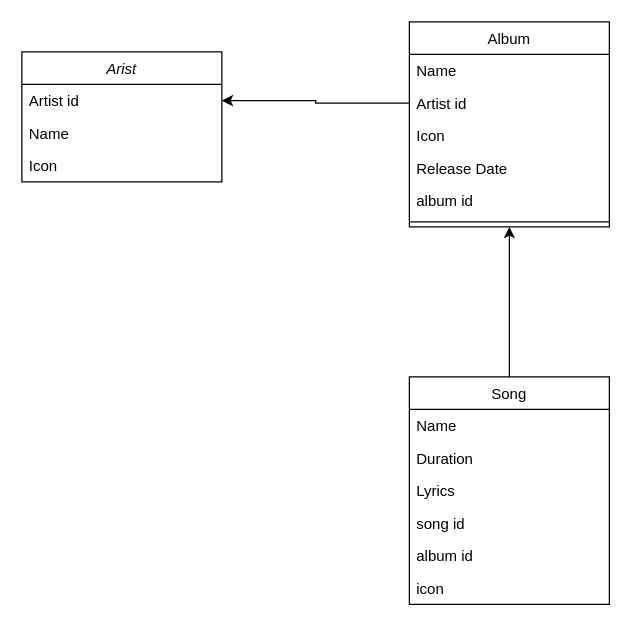
The draw.io diagram Documentation/class_diagram.drawio in LyonBerends/web-basics, before the edit. Source tidied: cells renumbered, new cells numbered last; positions are measured from the earlier drawing's top-left corner, leaving out a move shared by most shapes. Both pictures are drawn from the tidied source at 125%, with x=0, y=0 at pixel (21, 21).
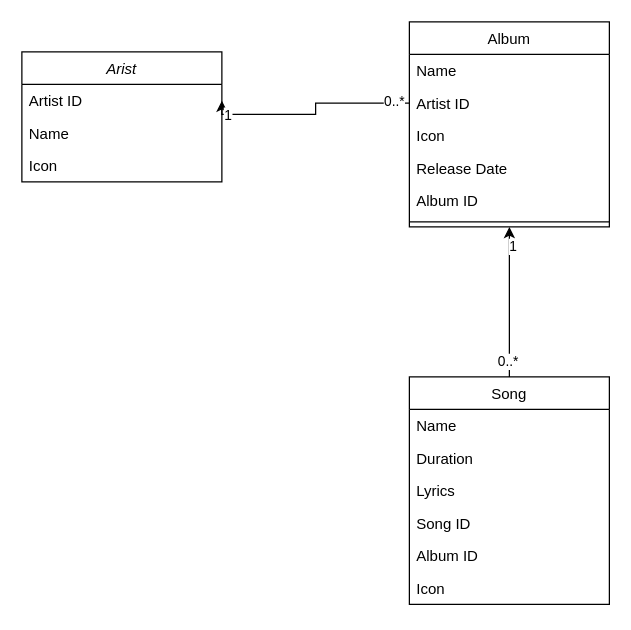
The same diagram, later.

The change refers to these unchanged cells:
```xml
<mxCell id="2" value="Arist" style="swimlane;fontStyle=2;align=center;verticalAlign=top;horizontal=1;startSize=26;rounded=0;shadow=0;strokeWidth=1;" parent="1" vertex="1">
  <mxGeometry y="24" width="160" height="104" as="geometry" />
</mxCell>
<mxCell id="6" style="edgeStyle=orthogonalEdgeStyle;rounded=0;jettySize=auto;html=1;entryX=0.5;entryY=1;entryDx=0;entryDy=0;" parent="1" edge="1" source="7" target="15">
  <mxGeometry relative="1" as="geometry" />
</mxCell>
<mxCell id="7" value="Song" style="swimlane;fontStyle=0;align=center;verticalAlign=top;horizontal=1;startSize=26;rounded=0;shadow=0;strokeWidth=1;" parent="1" vertex="1">
  <mxGeometry x="310" y="284" width="160" height="182" as="geometry" />
</mxCell>
<mxCell id="15" value="Album" style="swimlane;fontStyle=0;align=center;verticalAlign=top;horizontal=1;startSize=26;rounded=0;shadow=0;strokeWidth=1;" parent="1" vertex="1">
  <mxGeometry x="310" width="160" height="164" as="geometry" />
</mxCell>
```

The edit, as a diff of the source:
```diff
@@
-    <mxCell id="3" value="Artist id&#10;" style="text;align=left;verticalAlign=top;spacingLeft=4;spacingRight=4;overflow=hidden;points=[[0,0.5],[1,0.5]];portConstraint=eastwest;" parent="2" vertex="1">
+    <mxCell id="3" value="Artist ID" style="text;align=left;verticalAlign=top;spacingLeft=4;spacingRight=4;overflow=hidden;points=[[0,0.5],[1,0.5]];portConstraint=eastwest;" parent="2" vertex="1">
       <mxGeometry y="26" width="160" height="26" as="geometry" />
     </mxCell>
@@
+    <mxCell id="22" value="1" style="edgeLabel;html=1;align=center;verticalAlign=middle;" parent="6" vertex="1">
+      <mxGeometry x="0.75" y="-2" relative="1" as="geometry" />
+    </mxCell>
+    <mxCell id="23" value="0..*" style="edgeLabel;html=1;align=center;verticalAlign=middle;" parent="6" vertex="1">
+      <mxGeometry x="-0.78" y="2" relative="1" as="geometry" />
+    </mxCell>
@@
-    <mxCell id="11" value="song id" style="text;align=left;verticalAlign=top;spacingLeft=4;spacingRight=4;overflow=hidden;rounded=0;shadow=0;html=0;" parent="7" vertex="1">
+    <mxCell id="11" value="Song ID" style="text;align=left;verticalAlign=top;spacingLeft=4;spacingRight=4;overflow=hidden;rounded=0;shadow=0;html=0;" parent="7" vertex="1">
       <mxGeometry y="104" width="160" height="26" as="geometry" />
     </mxCell>
-    <mxCell id="12" value="album id" style="text;align=left;verticalAlign=top;spacingLeft=4;spacingRight=4;overflow=hidden;rounded=0;shadow=0;html=0;" parent="7" vertex="1">
+    <mxCell id="12" value="Album ID" style="text;align=left;verticalAlign=top;spacingLeft=4;spacingRight=4;overflow=hidden;rounded=0;shadow=0;html=0;" parent="7" vertex="1">
       <mxGeometry y="130" width="160" height="26" as="geometry" />
     </mxCell>
-    <mxCell id="13" value="icon" style="text;align=left;verticalAlign=top;spacingLeft=4;spacingRight=4;overflow=hidden;rounded=0;shadow=0;html=0;" parent="7" vertex="1">
+    <mxCell id="13" value="Icon" style="text;align=left;verticalAlign=top;spacingLeft=4;spacingRight=4;overflow=hidden;rounded=0;shadow=0;html=0;" parent="7" vertex="1">
       <mxGeometry y="156" width="160" height="26" as="geometry" />
     </mxCell>
     <mxCell id="14" style="edgeStyle=orthogonalEdgeStyle;rounded=0;jettySize=auto;html=1;entryX=1;entryY=0.5;entryDx=0;entryDy=0;exitX=0;exitY=0.5;exitDx=0;exitDy=0;" parent="1" edge="1" source="17" target="3">
-      <mxGeometry relative="1" as="geometry" />
+      <mxGeometry relative="1" as="geometry">
+        <Array as="points">
+          <mxPoint x="235" y="65" />
+          <mxPoint x="235" y="74" />
+          <mxPoint x="160" y="74" />
+        </Array>
+      </mxGeometry>
     </mxCell>
+    <mxCell id="24" value="0..*" style="edgeLabel;html=1;align=center;verticalAlign=middle;" parent="14" vertex="1">
+      <mxGeometry x="-0.85" y="-2" relative="1" as="geometry" />
+    </mxCell>
+    <mxCell id="25" value="1" style="edgeLabel;html=1;align=center;verticalAlign=middle;" parent="14" vertex="1">
+      <mxGeometry x="0.82" relative="1" as="geometry" />
+    </mxCell>
@@
-    <mxCell id="17" value="Artist id" style="text;align=left;verticalAlign=top;spacingLeft=4;spacingRight=4;overflow=hidden;points=[[0,0.5],[1,0.5]];portConstraint=eastwest;" parent="15" vertex="1">
+    <mxCell id="17" value="Artist ID" style="text;align=left;verticalAlign=top;spacingLeft=4;spacingRight=4;overflow=hidden;points=[[0,0.5],[1,0.5]];portConstraint=eastwest;" parent="15" vertex="1">
       <mxGeometry y="52" width="160" height="26" as="geometry" />
     </mxCell>
@@
-    <mxCell id="20" value="album id" style="text;align=left;verticalAlign=top;spacingLeft=4;spacingRight=4;overflow=hidden;" parent="15" vertex="1">
+    <mxCell id="20" value="Album ID" style="text;align=left;verticalAlign=top;spacingLeft=4;spacingRight=4;overflow=hidden;" parent="15" vertex="1">
       <mxGeometry y="130" width="160" height="26" as="geometry" />
     </mxCell>
```
